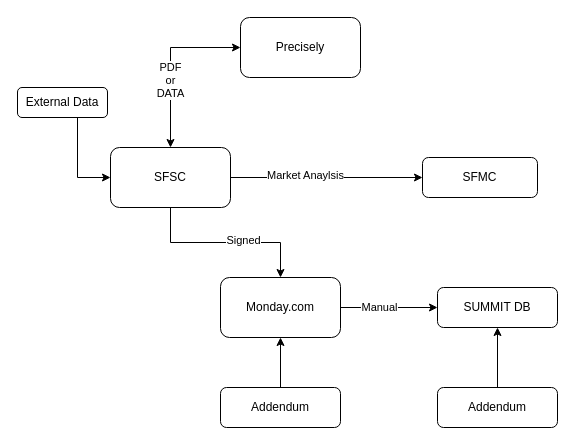
This is page "CF" (4 of 11) of 11.drawio from ai-next-zen/diagrams, a draw.io file, before an edit. Source tidied: cells renumbered, new cells numbered last; positions are measured from the earlier drawing's top-left corner, leaving out a move shared by most shapes. Both pictures are drawn from the tidied source at 100%, with x=0, y=0 at pixel (17, 17).
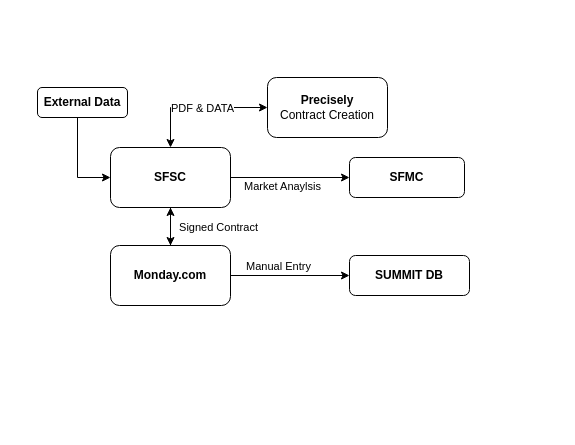
The same page after the edit.

What changed in the source:
```diff
@@
-<mxGraphModel>
+<mxGraphModel background="#ffffff">
@@
-    <mxCell id="2" value="Precisely" style="rounded=1;whiteSpace=wrap;html=1;" parent="1" vertex="1">
-      <mxGeometry x="223" width="120" height="60" as="geometry" />
+    <mxCell id="2" value="&lt;b&gt;Precisely&lt;/b&gt;&lt;div&gt;Contract Creation&lt;/div&gt;" style="rounded=1;whiteSpace=wrap;html=1;labelBackgroundColor=none;" parent="1" vertex="1">
+      <mxGeometry x="250" y="60" width="120" height="60" as="geometry" />
     </mxCell>
-    <mxCell id="3" style="edgeStyle=orthogonalEdgeStyle;rounded=0;jettySize=auto;html=1;" parent="1" edge="1" source="7" target="8">
+    <mxCell id="3" style="edgeStyle=orthogonalEdgeStyle;rounded=0;jettySize=auto;html=1;labelBackgroundColor=none;fontColor=default;" parent="1" edge="1" source="7" target="8">
       <mxGeometry relative="1" as="geometry" />
     </mxCell>
-    <mxCell id="4" value="Market Anaylsis" style="edgeLabel;html=1;align=center;verticalAlign=middle;" parent="3" vertex="1">
-      <mxGeometry x="-0.23" y="3" relative="1" as="geometry" />
+    <mxCell id="4" value="Market Anaylsis" style="edgeLabel;html=1;align=center;verticalAlign=middle;labelBackgroundColor=none;" parent="3" vertex="1">
+      <mxGeometry x="-0.23" y="3" relative="1" as="geometry">
+        <mxPoint x="5" y="11" as="offset" />
+      </mxGeometry>
     </mxCell>
-    <mxCell id="5" style="edgeStyle=orthogonalEdgeStyle;rounded=0;jettySize=auto;html=1;" parent="1" edge="1" source="7" target="11">
+    <mxCell id="5" style="edgeStyle=orthogonalEdgeStyle;rounded=0;jettySize=auto;html=1;labelBackgroundColor=none;fontColor=default;" parent="1" edge="1" source="7" target="11">
       <mxGeometry relative="1" as="geometry" />
     </mxCell>
-    <mxCell id="6" value="Signed" style="edgeLabel;html=1;align=center;verticalAlign=middle;" parent="5" vertex="1">
-      <mxGeometry x="0.19" y="3" relative="1" as="geometry" />
+    <mxCell id="6" value="Signed Contract" style="edgeLabel;html=1;align=center;verticalAlign=middle;labelBackgroundColor=none;" parent="5" vertex="1">
+      <mxGeometry x="0.19" y="3" relative="1" as="geometry">
+        <mxPoint x="44" y="-2" as="offset" />
+      </mxGeometry>
     </mxCell>
-    <mxCell id="7" value="SFSC" style="whiteSpace=wrap;html=1;rounded=1;" parent="1" vertex="1">
+    <mxCell id="7" value="&lt;b&gt;SFSC&lt;/b&gt;" style="whiteSpace=wrap;html=1;rounded=1;labelBackgroundColor=none;" parent="1" vertex="1">
       <mxGeometry x="93" y="130" width="120" height="60" as="geometry" />
     </mxCell>
-    <mxCell id="8" value="SFMC" style="whiteSpace=wrap;html=1;rounded=1;" parent="1" vertex="1">
-      <mxGeometry x="405" y="140" width="115" height="40" as="geometry" />
+    <mxCell id="8" value="&lt;b&gt;SFMC&lt;/b&gt;" style="whiteSpace=wrap;html=1;rounded=1;labelBackgroundColor=none;" parent="1" vertex="1">
+      <mxGeometry x="332" y="140" width="115" height="40" as="geometry" />
     </mxCell>
-    <mxCell id="9" style="edgeStyle=orthogonalEdgeStyle;rounded=0;jettySize=auto;html=1;" parent="1" edge="1" source="11" target="16">
+    <mxCell id="9" style="edgeStyle=orthogonalEdgeStyle;rounded=0;jettySize=auto;html=1;labelBackgroundColor=none;fontColor=default;" parent="1" edge="1" source="11" target="16">
       <mxGeometry relative="1" as="geometry" />
     </mxCell>
-    <mxCell id="10" value="Manual" style="edgeLabel;html=1;align=center;verticalAlign=middle;" parent="9" vertex="1">
-      <mxGeometry x="-0.22" y="1" relative="1" as="geometry" />
+    <mxCell id="10" value="Manual Entry" style="edgeLabel;html=1;align=center;verticalAlign=middle;labelBackgroundColor=none;" parent="9" vertex="1">
+      <mxGeometry x="-0.22" y="1" relative="1" as="geometry">
+        <mxPoint x="1" y="-9" as="offset" />
+      </mxGeometry>
     </mxCell>
+    <mxCell id="21" style="edgeStyle=orthogonalEdgeStyle;rounded=0;jettySize=auto;html=1;" parent="1" edge="1" source="11" target="7">
+      <mxGeometry relative="1" as="geometry" />
+    </mxCell>
-    <mxCell id="11" value="Monday.com" style="whiteSpace=wrap;html=1;rounded=1;" parent="1" vertex="1">
-      <mxGeometry x="203" y="260" width="120" height="60" as="geometry" />
+    <mxCell id="11" value="&lt;b&gt;Monday.com&lt;/b&gt;" style="whiteSpace=wrap;html=1;rounded=1;labelBackgroundColor=none;" parent="1" vertex="1">
+      <mxGeometry x="93" y="228" width="120" height="60" as="geometry" />
     </mxCell>
-    <mxCell id="12" style="edgeStyle=orthogonalEdgeStyle;rounded=0;jettySize=auto;html=1;entryX=0;entryY=0.5;entryDx=0;entryDy=0;" parent="1" edge="1" source="13" target="7">
+    <mxCell id="12" style="edgeStyle=orthogonalEdgeStyle;rounded=0;jettySize=auto;html=1;entryX=0;entryY=0.5;entryDx=0;entryDy=0;labelBackgroundColor=none;fontColor=default;" parent="1" edge="1" source="13" target="7">
       <mxGeometry relative="1" as="geometry">
         <Array as="points">
           <mxPoint x="60" y="160" />
         </Array>
       </mxGeometry>
     </mxCell>
-    <mxCell id="13" value="External Data" style="rounded=1;whiteSpace=wrap;html=1;" parent="1" vertex="1">
-      <mxGeometry y="70" width="90" height="30" as="geometry" />
+    <mxCell id="13" value="&lt;b&gt;External Data&lt;/b&gt;" style="rounded=1;whiteSpace=wrap;html=1;labelBackgroundColor=none;" parent="1" vertex="1">
+      <mxGeometry x="20" y="70" width="90" height="30" as="geometry" />
     </mxCell>
-    <mxCell id="14" style="endArrow=classic;startArrow=classic;html=1;rounded=0;entryX=0;entryY=0.5;entryDx=0;entryDy=0;exitX=0.5;exitY=0;exitDx=0;exitDy=0;" parent="1" edge="1" source="7" target="2">
+    <mxCell id="14" style="endArrow=classic;startArrow=classic;html=1;rounded=0;entryX=0;entryY=0.5;entryDx=0;entryDy=0;exitX=0.5;exitY=0;exitDx=0;exitDy=0;labelBackgroundColor=none;fontColor=default;" parent="1" edge="1" source="7" target="2">
       <mxGeometry relative="1" as="geometry">
         <Array as="points">
-          <mxPoint x="153" y="30" />
+          <mxPoint x="153" y="90" />
+          <mxPoint x="210" y="90" />
         </Array>
       </mxGeometry>
     </mxCell>
-    <mxCell id="15" value="PDF&lt;div&gt;or&lt;/div&gt;&lt;div&gt;DATA&lt;/div&gt;" style="edgeLabel;html=1;align=center;verticalAlign=middle;" parent="14" vertex="1">
-      <mxGeometry x="-0.2" y="1" relative="1" as="geometry" />
-    </mxCell>
+    <mxCell id="22" value="PDF &amp;amp; DATA" style="edgeLabel;html=1;align=center;verticalAlign=middle;" parent="14" vertex="1">
+      <mxGeometry x="0.03" relative="1" as="geometry" />
+    </mxCell>
-    <mxCell id="16" value="SUMMIT DB" style="whiteSpace=wrap;html=1;rounded=1;" parent="1" vertex="1">
-      <mxGeometry x="420" y="270" width="120" height="40" as="geometry" />
+    <mxCell id="16" value="&lt;b&gt;SUMMIT DB&lt;/b&gt;" style="whiteSpace=wrap;html=1;rounded=1;labelBackgroundColor=none;" parent="1" vertex="1">
+      <mxGeometry x="332" y="238" width="120" height="40" as="geometry" />
     </mxCell>
-    <mxCell id="17" style="edgeStyle=orthogonalEdgeStyle;rounded=0;jettySize=auto;html=1;" parent="1" edge="1" source="18" target="11">
-      <mxGeometry relative="1" as="geometry" />
-    </mxCell>
-    <mxCell id="18" value="Addendum" style="whiteSpace=wrap;html=1;rounded=1;" parent="1" vertex="1">
-      <mxGeometry x="203" y="370" width="120" height="40" as="geometry" />
-    </mxCell>
-    <mxCell id="19" style="edgeStyle=orthogonalEdgeStyle;rounded=0;jettySize=auto;html=1;" parent="1" edge="1" source="20" target="16">
-      <mxGeometry relative="1" as="geometry" />
-    </mxCell>
-    <mxCell id="20" value="Addendum" style="whiteSpace=wrap;html=1;rounded=1;" parent="1" vertex="1">
-      <mxGeometry x="420" y="370" width="120" height="40" as="geometry" />
-    </mxCell>
```
